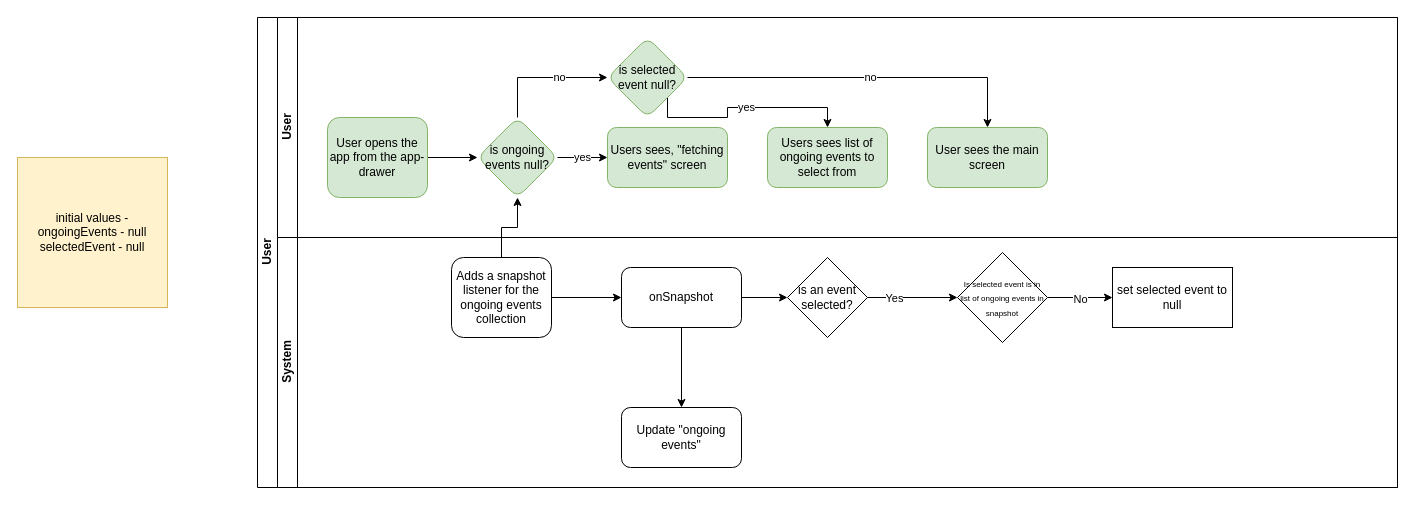
Earlier version of the draw.io diagram page "Event Manager" (1 of 4) of HFN-checkin-app.drawio (appsparkler/draw.io). Source tidied: cells renumbered, new cells numbered last; positions are measured from the earlier drawing's top-left corner, leaving out a move shared by most shapes. Both pictures are drawn from the tidied source at 100%, with x=0, y=0 at pixel (17, 17).
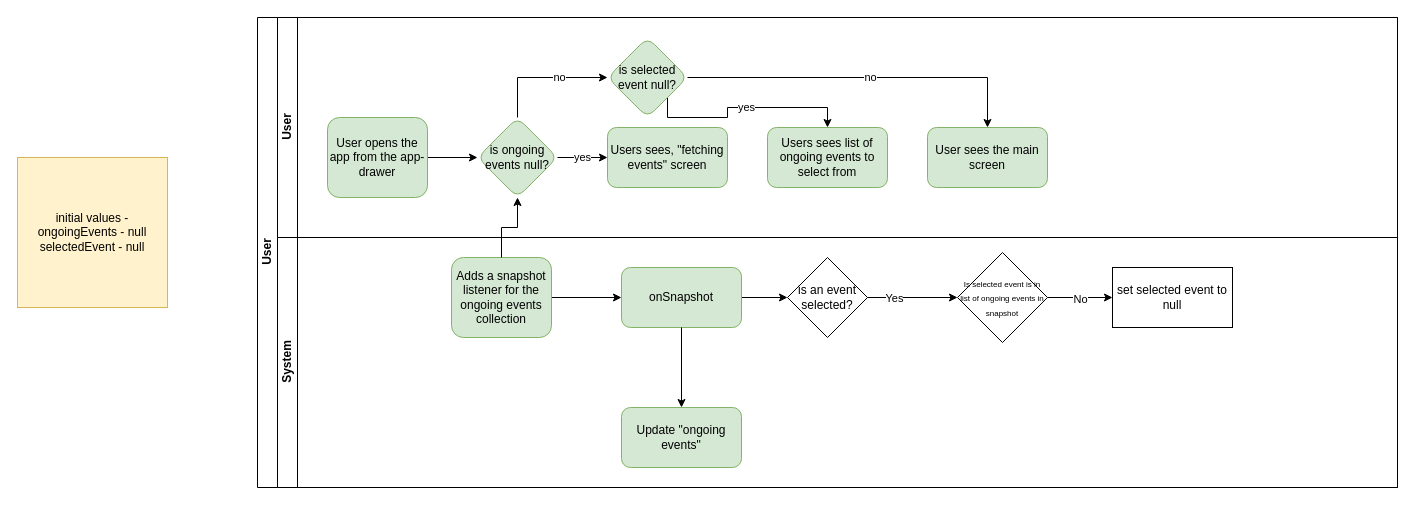
After the change.

Unchanged cells that the change refers to:
```xml
<mxCell id="18" value="&lt;div&gt;System&lt;/div&gt;" style="swimlane;startSize=20;horizontal=0;html=1;" parent="2" vertex="1">
  <mxGeometry x="20" y="220" width="1120" height="250" as="geometry" />
</mxCell>
```

Change to the diagram source:
```diff
@@
-    <mxCell id="20" value="Adds a snapshot listener for the ongoing events collection" style="rounded=1;whiteSpace=wrap;html=1;" parent="18" vertex="1">
+    <mxCell id="20" value="Adds a snapshot listener for the ongoing events collection" style="rounded=1;whiteSpace=wrap;html=1;fillColor=#d5e8d4;strokeColor=#82b366;" parent="18" vertex="1">
       <mxGeometry x="174" y="20" width="100" height="80" as="geometry" />
     </mxCell>
@@
-    <mxCell id="22" value="onSnapshot" style="whiteSpace=wrap;html=1;rounded=1;" parent="18" vertex="1">
+    <mxCell id="22" value="onSnapshot" style="whiteSpace=wrap;html=1;rounded=1;fillColor=#d5e8d4;strokeColor=#82b366;" parent="18" vertex="1">
       <mxGeometry x="344" y="30" width="120" height="60" as="geometry" />
     </mxCell>
@@
-    <mxCell id="31" value="Update &quot;ongoing events&quot;" style="whiteSpace=wrap;html=1;rounded=1;" parent="1" vertex="1">
+    <mxCell id="31" value="Update &quot;ongoing events&quot;" style="whiteSpace=wrap;html=1;rounded=1;fillColor=#d5e8d4;strokeColor=#82b366;" parent="1" vertex="1">
       <mxGeometry x="604" y="390" width="120" height="60" as="geometry" />
     </mxCell>
```
